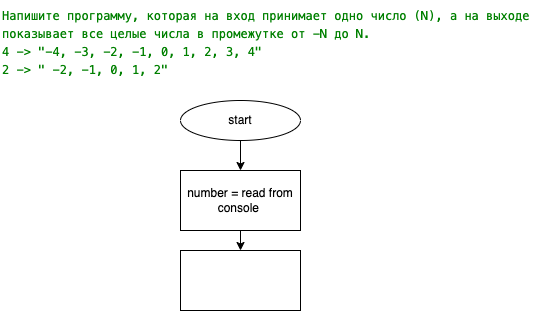
Before: lesson01/ex04/bs.drawio.png, a diagram exported from draw.io (IliyaIlchishin/Introduction-to-C-sharp). Source tidied: cells renumbered, new cells last; positions are measured from the earlier drawing's top-left corner, leaving out a move shared by most shapes.
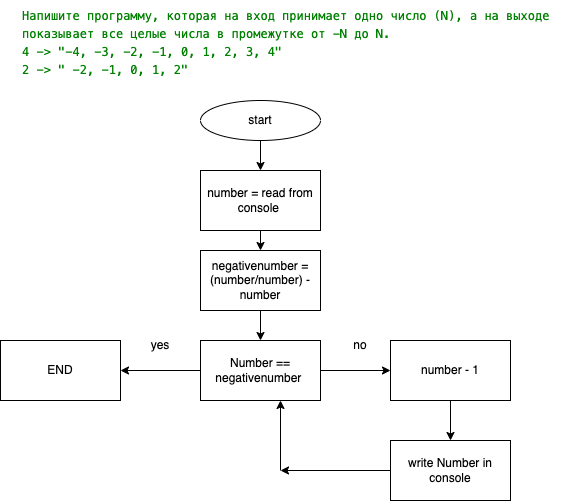
After the change.

What changed in the source:
```diff
@@ -17,8 +17,49 @@
     <mxCell id="6" value="number = read from console&amp;nbsp;" style="whiteSpace=wrap;html=1;" parent="1" vertex="1">
       <mxGeometry x="180" y="170" width="120" height="60" as="geometry" />
     </mxCell>
+    <mxCell id="8" style="edgeStyle=none;html=1;" parent="1" edge="1" source="7" target="11">
+      <mxGeometry relative="1" as="geometry" />
+    </mxCell>
-    <mxCell id="7" style="whiteSpace=wrap;html=1;" parent="1" vertex="1">
+    <mxCell id="7" value="negativenumber = (number/number) - number" style="whiteSpace=wrap;html=1;" parent="1" vertex="1">
       <mxGeometry x="180" y="250" width="120" height="60" as="geometry" />
     </mxCell>
+    <mxCell id="9" style="edgeStyle=none;html=1;" parent="1" edge="1" source="11" target="12">
+      <mxGeometry relative="1" as="geometry" />
+    </mxCell>
+    <mxCell id="10" style="edgeStyle=none;html=1;" parent="1" edge="1" source="11" target="15">
+      <mxGeometry relative="1" as="geometry" />
+    </mxCell>
+    <mxCell id="11" value="Number == negativenumber&amp;nbsp;" style="whiteSpace=wrap;html=1;" parent="1" vertex="1">
+      <mxGeometry x="180" y="340" width="120" height="60" as="geometry" />
+    </mxCell>
+    <mxCell id="12" value="END" style="whiteSpace=wrap;html=1;" parent="1" vertex="1">
+      <mxGeometry x="-20" y="340" width="120" height="60" as="geometry" />
+    </mxCell>
+    <mxCell id="13" value="yes" style="text;html=1;strokeColor=none;fillColor=none;align=center;verticalAlign=middle;whiteSpace=wrap;rounded=0;" parent="1" vertex="1">
+      <mxGeometry x="110" y="330" width="60" height="30" as="geometry" />
+    </mxCell>
+    <mxCell id="14" style="edgeStyle=none;html=1;" parent="1" edge="1" source="15" target="19">
+      <mxGeometry relative="1" as="geometry" />
+    </mxCell>
+    <mxCell id="15" value="number - 1" style="whiteSpace=wrap;html=1;" parent="1" vertex="1">
+      <mxGeometry x="370" y="340" width="120" height="60" as="geometry" />
+    </mxCell>
+    <mxCell id="16" value="no" style="text;html=1;strokeColor=none;fillColor=none;align=center;verticalAlign=middle;whiteSpace=wrap;rounded=0;" parent="1" vertex="1">
+      <mxGeometry x="310" y="330" width="60" height="30" as="geometry" />
+    </mxCell>
+    <mxCell id="17" style="endArrow=classic;html=1;" parent="1" edge="1">
+      <mxGeometry relative="1" as="geometry">
+        <mxPoint x="260" y="470" as="sourcePoint" />
+        <mxPoint x="260" y="400" as="targetPoint" />
+      </mxGeometry>
+    </mxCell>
+    <mxCell id="18" style="edgeStyle=none;html=1;" parent="1" edge="1" source="19">
+      <mxGeometry relative="1" as="geometry">
+        <mxPoint x="260" y="470" as="targetPoint" />
+      </mxGeometry>
+    </mxCell>
+    <mxCell id="19" value="write Number in console" style="whiteSpace=wrap;html=1;" parent="1" vertex="1">
+      <mxGeometry x="370" y="440" width="120" height="60" as="geometry" />
+    </mxCell>
   </root>
 </mxGraphModel>
```
